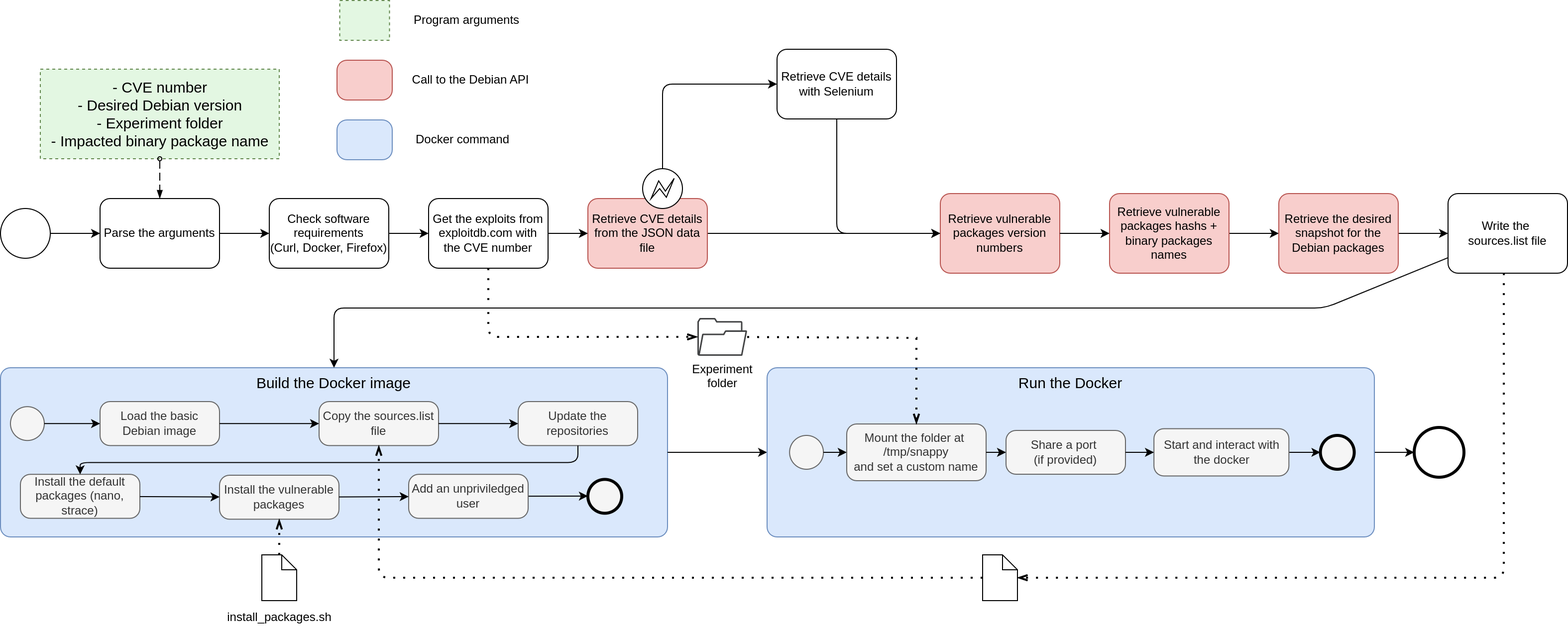
Orange-OpenSource/decret keeps this draw.io diagram as img/reproduction_implementation.png. Above is the earlier version. Source tidied: cells renumbered, new cells last; positions are measured from the earlier drawing's top-left corner, leaving out a move shared by most shapes.
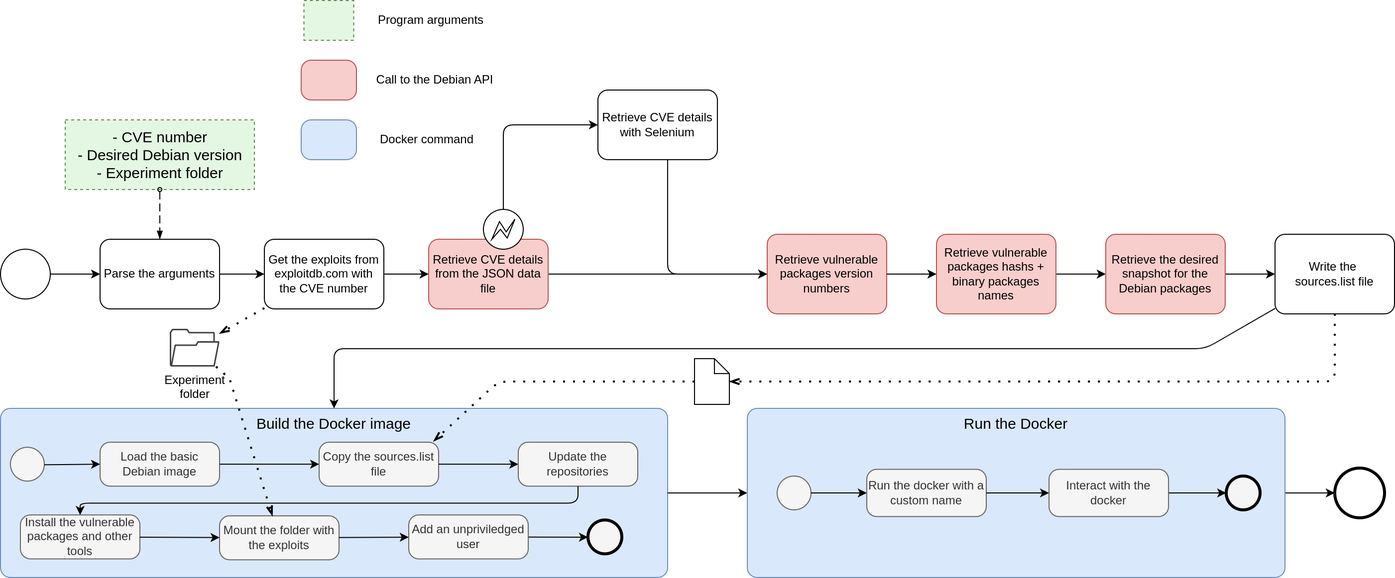
After the change.

Diff of the diagram source:
```diff
@@ -10,3 +10,3 @@
     </mxCell>
-    <mxCell id="4" style="edgeStyle=orthogonalEdgeStyle;jettySize=auto;html=1;rounded=1;" parent="1" edge="1" source="5" target="68">
+    <mxCell id="4" style="edgeStyle=orthogonalEdgeStyle;jettySize=auto;html=1;rounded=1;" parent="1" edge="1" source="5" target="63">
       <mxGeometry relative="1" as="geometry" />
@@ -19,3 +19,3 @@
         <Array as="points">
-          <mxPoint x="665" y="84" />
+          <mxPoint x="505" y="84" />
         </Array>
@@ -24,6 +24,6 @@
     <mxCell id="7" value="Retrieve CVE details with Selenium" style="points=[[0.25,0,0],[0.5,0,0],[0.75,0,0],[1,0.25,0],[1,0.5,0],[1,0.75,0],[0.75,1,0],[0.5,1,0],[0.25,1,0],[0,0.75,0],[0,0.5,0],[0,0.25,0]];shape=mxgraph.bpmn.task;whiteSpace=wrap;rectStyle=rounded;size=10;taskMarker=abstract;" parent="1" vertex="1">
-      <mxGeometry x="780" y="49" width="120" height="70" as="geometry" />
+      <mxGeometry x="600" y="49" width="120" height="70" as="geometry" />
     </mxCell>
     <mxCell id="8" value="Retrieve vulnerable packages version numbers" style="points=[[0.25,0,0],[0.5,0,0],[0.75,0,0],[1,0.25,0],[1,0.5,0],[1,0.75,0],[0.75,1,0],[0.5,1,0],[0.25,1,0],[0,0.75,0],[0,0.5,0],[0,0.25,0]];shape=mxgraph.bpmn.task;whiteSpace=wrap;rectStyle=rounded;size=10;taskMarker=abstract;fillColor=#f8cecc;strokeColor=#b85450;" parent="1" vertex="1">
-      <mxGeometry x="944" y="194" width="120" height="80" as="geometry" />
+      <mxGeometry x="770" y="194" width="120" height="80" as="geometry" />
     </mxCell>
@@ -35,3 +35,3 @@
         <Array as="points">
-          <mxPoint x="840" y="234" />
+          <mxPoint x="670" y="234" />
         </Array>
@@ -43,3 +43,3 @@
     <mxCell id="12" value="Retrieve vulnerable packages hashs + binary packages names" style="points=[[0.25,0,0],[0.5,0,0],[0.75,0,0],[1,0.25,0],[1,0.5,0],[1,0.75,0],[0.75,1,0],[0.5,1,0],[0.25,1,0],[0,0.75,0],[0,0.5,0],[0,0.25,0]];shape=mxgraph.bpmn.task;whiteSpace=wrap;rectStyle=rounded;size=10;taskMarker=abstract;fillColor=#f8cecc;strokeColor=#b85450;" parent="1" vertex="1">
-      <mxGeometry x="1114" y="194" width="120" height="80" as="geometry" />
+      <mxGeometry x="940" y="194" width="120" height="80" as="geometry" />
     </mxCell>
@@ -49,3 +49,3 @@
     <mxCell id="14" value="Retrieve the desired snapshot for the Debian packages" style="points=[[0.25,0,0],[0.5,0,0],[0.75,0,0],[1,0.25,0],[1,0.5,0],[1,0.75,0],[0.75,1,0],[0.5,1,0],[0.25,1,0],[0,0.75,0],[0,0.5,0],[0,0.25,0]];shape=mxgraph.bpmn.task;whiteSpace=wrap;rectStyle=rounded;size=10;taskMarker=abstract;fillColor=#f8cecc;strokeColor=#b85450;" parent="1" vertex="1">
-      <mxGeometry x="1284" y="194" width="120" height="80" as="geometry" />
+      <mxGeometry x="1110" y="194" width="120" height="80" as="geometry" />
     </mxCell>
@@ -55,3 +55,3 @@
     <mxCell id="16" value="Write the &#10;sources.list file" style="points=[[0.25,0,0],[0.5,0,0],[0.75,0,0],[1,0.25,0],[1,0.5,0],[1,0.75,0],[0.75,1,0],[0.5,1,0],[0.25,1,0],[0,0.75,0],[0,0.5,0],[0,0.25,0]];shape=mxgraph.bpmn.task;whiteSpace=wrap;rectStyle=rounded;size=10;taskMarker=abstract;" parent="1" vertex="1">
-      <mxGeometry x="1454" y="194" width="120" height="80" as="geometry" />
+      <mxGeometry x="1280" y="194" width="120" height="80" as="geometry" />
     </mxCell>
@@ -84,3 +84,3 @@
     </mxCell>
-    <mxCell id="26" value="Install the default packages (nano, strace)" style="points=[[0.25,0,0],[0.5,0,0],[0.75,0,0],[1,0.25,0],[1,0.5,0],[1,0.75,0],[0.75,1,0],[0.5,1,0],[0.25,1,0],[0,0.75,0],[0,0.5,0],[0,0.25,0]];shape=mxgraph.bpmn.task;whiteSpace=wrap;rectStyle=rounded;size=10;taskMarker=abstract;fillColor=#f5f5f5;fontColor=#333333;strokeColor=#666666;" parent="17" vertex="1">
+    <mxCell id="26" value="Install the vulnerable packages and other tools" style="points=[[0.25,0,0],[0.5,0,0],[0.75,0,0],[1,0.25,0],[1,0.5,0],[1,0.75,0],[0.75,1,0],[0.5,1,0],[0.25,1,0],[0,0.75,0],[0,0.5,0],[0,0.25,0]];shape=mxgraph.bpmn.task;whiteSpace=wrap;rectStyle=rounded;size=10;taskMarker=abstract;fillColor=#f5f5f5;fontColor=#333333;strokeColor=#666666;" parent="17" vertex="1">
       <mxGeometry x="20" y="107.1" width="120" height="44.2" as="geometry" />
@@ -95,3 +95,3 @@
     </mxCell>
-    <mxCell id="28" value="Install the vulnerable packages" style="points=[[0.25,0,0],[0.5,0,0],[0.75,0,0],[1,0.25,0],[1,0.5,0],[1,0.75,0],[0.75,1,0],[0.5,1,0],[0.25,1,0],[0,0.75,0],[0,0.5,0],[0,0.25,0]];shape=mxgraph.bpmn.task;whiteSpace=wrap;rectStyle=rounded;size=10;taskMarker=abstract;fillColor=#f5f5f5;fontColor=#333333;strokeColor=#666666;" parent="17" vertex="1">
+    <mxCell id="28" value="Mount the folder with the exploits" style="points=[[0.25,0,0],[0.5,0,0],[0.75,0,0],[1,0.25,0],[1,0.5,0],[1,0.75,0],[0.75,1,0],[0.5,1,0],[0.25,1,0],[0,0.75,0],[0,0.5,0],[0,0.25,0]];shape=mxgraph.bpmn.task;whiteSpace=wrap;rectStyle=rounded;size=10;taskMarker=abstract;fillColor=#f5f5f5;fontColor=#333333;strokeColor=#666666;" parent="17" vertex="1">
       <mxGeometry x="220" y="108" width="120" height="44.2" as="geometry" />
@@ -120,3 +120,3 @@
     <mxCell id="36" style="points=[[0.145,0.145,0],[0.5,0,0],[0.855,0.145,0],[1,0.5,0],[0.855,0.855,0],[0.5,1,0],[0.145,0.855,0],[0,0.5,0]];shape=mxgraph.bpmn.event;html=1;verticalLabelPosition=bottom;labelBackgroundColor=#ffffff;verticalAlign=top;align=center;perimeter=ellipsePerimeter;outlineConnect=0;outline=end;symbol=terminate2;strokeColor=#000000;fontSize=15;" parent="1" vertex="1">
-      <mxGeometry x="1420" y="429" width="50" height="50" as="geometry" />
+      <mxGeometry x="1340" y="429" width="50" height="50" as="geometry" />
     </mxCell>
@@ -125,3 +125,3 @@
         <Array as="points">
-          <mxPoint x="1330" y="309" />
+          <mxPoint x="1210" y="309" />
           <mxPoint x="335" y="309" />
@@ -130,8 +130,9 @@
     </mxCell>
+    <mxCell id="73" style="shape=mxgraph.bpmn.data;labelPosition=center;verticalLabelPosition=bottom;align=center;verticalAlign=top;whiteSpace=wrap;size=15;html=1;strokeColor=#000000;fontSize=15;" parent="1" vertex="1">
+      <mxGeometry x="697" y="319" width="35" height="46" as="geometry" />
+    </mxCell>
-    <mxCell id="38" style="edgeStyle=elbowEdgeStyle;fontSize=12;html=1;endFill=0;startFill=0;endSize=6;startSize=6;dashed=1;dashPattern=1 4;endArrow=openThin;startArrow=none;rounded=1;strokeWidth=2;" parent="1" edge="1" source="16" target="72">
+    <mxCell id="38" style="edgeStyle=elbowEdgeStyle;fontSize=12;html=1;endFill=0;startFill=0;endSize=6;startSize=6;dashed=1;dashPattern=1 4;endArrow=openThin;startArrow=none;rounded=1;strokeWidth=2;" parent="1" edge="1" source="16" target="73">
       <mxGeometry relative="1" as="geometry">
         <Array as="points">
-          <mxPoint x="1510" y="299" />
-          <mxPoint x="1450" y="309" />
-          <mxPoint x="1410" y="309" />
+          <mxPoint x="1340" y="309" />
           <mxPoint x="1350" y="299" />
@@ -143,6 +144,6 @@
     </mxCell>
-    <mxCell id="39" style="fontSize=12;html=1;endFill=0;startFill=0;endSize=6;startSize=6;dashed=1;dashPattern=1 4;endArrow=openThin;startArrow=none;rounded=1;strokeWidth=2;" parent="1" edge="1" source="72" target="22">
+    <mxCell id="39" style="fontSize=12;html=1;endFill=0;startFill=0;endSize=6;startSize=6;dashed=1;dashPattern=1 4;endArrow=openThin;startArrow=none;rounded=1;strokeWidth=2;entryX=0.958;entryY=-0.023;entryDx=0;entryDy=0;entryPerimeter=0;" parent="1" edge="1" source="73" target="22">
       <mxGeometry relative="1" as="geometry">
         <Array as="points">
-          <mxPoint x="380" y="580" />
+          <mxPoint x="500" y="342" />
         </Array>
@@ -150,4 +151,4 @@
     </mxCell>
-    <mxCell id="40" value="- CVE number&lt;br&gt;- Desired Debian version&lt;br&gt;- Experiment folder&lt;br&gt;- Impacted binary package name" style="text;html=1;align=center;verticalAlign=middle;points=[];strokeColor=#62874D;fillColor=#E3F7E2;fontSize=15;dashed=1;" parent="1" vertex="1">
-      <mxGeometry x="40" y="69" width="240" height="90" as="geometry" />
+    <mxCell id="40" value="- CVE number&lt;br&gt;- Desired Debian version&lt;br&gt;- Experiment folder" style="text;html=1;align=center;verticalAlign=middle;points=[];strokeColor=#62874D;fillColor=#E3F7E2;fontSize=15;dashed=1;" parent="1" vertex="1">
+      <mxGeometry x="65" y="79" width="190" height="70" as="geometry" />
     </mxCell>
@@ -157,11 +158,11 @@
     <mxCell id="42" style="group;" parent="1" vertex="1">
-      <mxGeometry x="770" y="369" width="610" height="170" as="geometry" />
+      <mxGeometry x="750" y="369" width="540" height="170" as="geometry" />
     </mxCell>
     <mxCell id="43" value="Run the Docker" style="points=[[0.25,0,0],[0.5,0,0],[0.75,0,0],[1,0.25,0],[1,0.5,0],[1,0.75,0],[0.75,1,0],[0.5,1,0],[0.25,1,0],[0,0.75,0],[0,0.5,0],[0,0.25,0]];shape=mxgraph.bpmn.task;whiteSpace=wrap;rectStyle=rounded;size=10;taskMarker=abstract;verticalAlign=top;fontSize=15;fillColor=#dae8fc;strokeColor=#6c8ebf;" parent="42" vertex="1">
-      <mxGeometry width="610" height="170" as="geometry" />
+      <mxGeometry width="540" height="170" as="geometry" />
     </mxCell>
     <mxCell id="44" style="points=[[0.145,0.145,0],[0.5,0,0],[0.855,0.145,0],[1,0.5,0],[0.855,0.855,0],[0.5,1,0],[0.145,0.855,0],[0,0.5,0]];shape=mxgraph.bpmn.event;html=1;verticalLabelPosition=bottom;labelBackgroundColor=#ffffff;verticalAlign=top;align=center;perimeter=ellipsePerimeter;outlineConnect=0;outline=standard;symbol=general;fillColor=#f5f5f5;fontColor=#333333;strokeColor=#666666;" parent="42" vertex="1">
-      <mxGeometry x="22.6" y="68" width="34" height="34" as="geometry" />
+      <mxGeometry x="30" y="68" width="34" height="34" as="geometry" />
     </mxCell>
-    <mxCell id="45" style="edgeStyle=none;rounded=1;jettySize=auto;html=1;fontSize=15;" parent="42" edge="1" source="44" target="51">
+    <mxCell id="45" style="edgeStyle=none;rounded=1;jettySize=auto;html=1;fontSize=15;" parent="42" edge="1" source="44" target="48">
       <mxGeometry relative="1" as="geometry" />
@@ -169,3 +170,3 @@
     <mxCell id="46" value="&lt;span style=&quot;color: rgba(0, 0, 0, 0); font-family: monospace; font-size: 0px; text-align: start; background-color: rgb(248, 249, 250);&quot;&gt;%3CmxGraphModel%3E%3Croot%3E%3CmxCell%20id%3D%220%22%2F%3E%3CmxCell%20id%3D%221%22%20parent%3D%220%22%2F%3E%3CmxCell%20id%3D%222%22%20value%3D%22Failed%20to%20get%20D-Bus%20connection%3A%20Unknown%20error%20-1%22%20style%3D%22points%3D%5B%5B0.145%2C0.145%2C0%5D%2C%5B0.5%2C0%2C0%5D%2C%5B0.855%2C0.145%2C0%5D%2C%5B1%2C0.5%2C0%5D%2C%5B0.855%2C0.855%2C0%5D%2C%5B0.5%2C1%2C0%5D%2C%5B0.145%2C0.855%2C0%5D%2C%5B0%2C0.5%2C0%5D%5D%3Bshape%3Dmxgraph.bpmn.event%3Bhtml%3D1%3BverticalLabelPosition%3Dbottom%3BlabelBackgroundColor%3D%23ffffff%3BverticalAlign%3Dtop%3Balign%3Dcenter%3Bperimeter%3DellipsePerimeter%3BoutlineConnect%3D0%3Baspect%3Dfixed%3Boutline%3Dend%3Bsymbol%3Dterminate2%3BfillColor%3D%23f5f5f5%3BfontColor%3D%23333333%3BstrokeColor%3D%23000000%3B%22%20vertex%3D%221%22%20parent%3D%221%22%3E%3CmxGeometry%20x%3D%22570%22%20y%3D%22565%22%20width%3D%2250%22%20height%3D%2250%22%20as%3D%22geometry%22%2F%3E%3C%2FmxCell%3E%3C%2Froot%3E%3C%2FmxGraphModel%3E&lt;/span&gt;" style="points=[[0.145,0.145,0],[0.5,0,0],[0.855,0.145,0],[1,0.5,0],[0.855,0.855,0],[0.5,1,0],[0.145,0.855,0],[0,0.5,0]];shape=mxgraph.bpmn.event;html=1;verticalLabelPosition=bottom;labelBackgroundColor=#ffffff;verticalAlign=top;align=center;perimeter=ellipsePerimeter;outlineConnect=0;outline=end;symbol=terminate2;fillColor=#f5f5f5;fontColor=#333333;strokeColor=#000000;" parent="42" vertex="1">
-      <mxGeometry x="555.8" y="68" width="34" height="34" as="geometry" />
+      <mxGeometry x="481" y="68" width="34" height="34" as="geometry" />
     </mxCell>
@@ -174,7 +175,7 @@
     </mxCell>
-    <mxCell id="48" value="Share a port &#10;(if provided)" style="points=[[0.25,0,0],[0.5,0,0],[0.75,0,0],[1,0.25,0],[1,0.5,0],[1,0.75,0],[0.75,1,0],[0.5,1,0],[0.25,1,0],[0,0.75,0],[0,0.5,0],[0,0.25,0]];shape=mxgraph.bpmn.task;whiteSpace=wrap;rectStyle=rounded;size=10;taskMarker=abstract;fillColor=#f5f5f5;fontColor=#333333;strokeColor=#666666;" parent="42" vertex="1">
-      <mxGeometry x="240" y="63" width="120" height="44" as="geometry" />
+    <mxCell id="48" value="Run the docker with a custom name" style="points=[[0.25,0,0],[0.5,0,0],[0.75,0,0],[1,0.25,0],[1,0.5,0],[1,0.75,0],[0.75,1,0],[0.5,1,0],[0.25,1,0],[0,0.75,0],[0,0.5,0],[0,0.25,0]];shape=mxgraph.bpmn.task;whiteSpace=wrap;rectStyle=rounded;size=10;taskMarker=abstract;fillColor=#f5f5f5;fontColor=#333333;strokeColor=#666666;" parent="42" vertex="1">
+      <mxGeometry x="120" y="61.2" width="120" height="47.5" as="geometry" />
     </mxCell>
-    <mxCell id="49" value="Start and interact with the docker" style="points=[[0.25,0,0],[0.5,0,0],[0.75,0,0],[1,0.25,0],[1,0.5,0],[1,0.75,0],[0.75,1,0],[0.5,1,0],[0.25,1,0],[0,0.75,0],[0,0.5,0],[0,0.25,0]];shape=mxgraph.bpmn.task;whiteSpace=wrap;rectStyle=rounded;size=10;taskMarker=abstract;fillColor=#f5f5f5;fontColor=#333333;strokeColor=#666666;" parent="42" vertex="1">
-      <mxGeometry x="388.6" y="61.2" width="135.6" height="47.5" as="geometry" />
+    <mxCell id="49" value="Interact with the docker" style="points=[[0.25,0,0],[0.5,0,0],[0.75,0,0],[1,0.25,0],[1,0.5,0],[1,0.75,0],[0.75,1,0],[0.5,1,0],[0.25,1,0],[0,0.75,0],[0,0.5,0],[0,0.25,0]];shape=mxgraph.bpmn.task;whiteSpace=wrap;rectStyle=rounded;size=10;taskMarker=abstract;fillColor=#f5f5f5;fontColor=#333333;strokeColor=#666666;" parent="42" vertex="1">
+      <mxGeometry x="303" y="61.2" width="120" height="47.5" as="geometry" />
     </mxCell>
@@ -183,31 +184,25 @@
     </mxCell>
-    <mxCell id="51" value="Mount the folder at &#10;/tmp/snappy&#10;and set a custom name" style="points=[[0.25,0,0],[0.5,0,0],[0.75,0,0],[1,0.25,0],[1,0.5,0],[1,0.75,0],[0.75,1,0],[0.5,1,0],[0.25,1,0],[0,0.75,0],[0,0.5,0],[0,0.25,0]];shape=mxgraph.bpmn.task;whiteSpace=wrap;rectStyle=rounded;size=10;taskMarker=abstract;fillColor=#f5f5f5;fontColor=#333333;strokeColor=#666666;" parent="42" vertex="1">
-      <mxGeometry x="80" y="56.5" width="140" height="57" as="geometry" />
-    </mxCell>
-    <mxCell id="52" style="edgeStyle=none;rounded=1;jettySize=auto;html=1;fontSize=15;" parent="42" edge="1" source="51" target="48">
-      <mxGeometry relative="1" as="geometry" />
-    </mxCell>
     <mxCell id="53" style="group;" parent="1" vertex="1">
-      <mxGeometry x="337" width="232.8" height="160" as="geometry" />
+      <mxGeometry x="302" y="-41" width="232.8" height="160" as="geometry" />
     </mxCell>
     <mxCell id="54" style="text;html=1;align=center;verticalAlign=middle;strokeColor=#62874D;fillColor=#E3F7E2;fontSize=15;dashed=1;" parent="53" vertex="1">
-      <mxGeometry x="3.8" width="50" height="40" as="geometry" />
+      <mxGeometry x="2.8" width="50" height="40" as="geometry" />
     </mxCell>
     <mxCell id="55" style="shape=mxgraph.bpmn.task;whiteSpace=wrap;rectStyle=rounded;size=10;taskMarker=abstract;fillColor=#f8cecc;strokeColor=#b85450;" parent="53" vertex="1">
-      <mxGeometry x="1" y="60" width="55.5" height="40" as="geometry" />
+      <mxGeometry y="60" width="55.5" height="40" as="geometry" />
     </mxCell>
     <mxCell id="56" style="shape=mxgraph.bpmn.task;whiteSpace=wrap;rectStyle=rounded;size=10;taskMarker=abstract;fillColor=#dae8fc;strokeColor=#6c8ebf;" parent="53" vertex="1">
-      <mxGeometry x="1" y="120" width="55.5" height="40" as="geometry" />
+      <mxGeometry y="120" width="55.5" height="40" as="geometry" />
     </mxCell>
     <mxCell id="57" value="Program arguments" style="text;html=1;align=center;verticalAlign=middle;strokeColor=none;fillColor=none;" parent="53" vertex="1">
-      <mxGeometry x="65.8" y="5" width="130" height="30" as="geometry" />
+      <mxGeometry x="64.8" y="5" width="130" height="30" as="geometry" />
     </mxCell>
     <mxCell id="58" value="Call to the Debian API" style="text;html=1;align=center;verticalAlign=middle;strokeColor=none;fillColor=none;" parent="53" vertex="1">
-      <mxGeometry x="64.8" y="65" width="140" height="30" as="geometry" />
+      <mxGeometry x="63.8" y="65" width="140" height="30" as="geometry" />
     </mxCell>
     <mxCell id="59" value="Docker command" style="text;html=1;align=center;verticalAlign=middle;strokeColor=none;fillColor=none;" parent="53" vertex="1">
-      <mxGeometry x="66.8" y="125" width="120" height="30" as="geometry" />
+      <mxGeometry x="65.8" y="125" width="120" height="30" as="geometry" />
     </mxCell>
     <mxCell id="60" style="group;" parent="1" vertex="1">
-      <mxGeometry x="590" y="169" width="120" height="100" as="geometry" />
+      <mxGeometry x="430" y="169" width="120" height="100" as="geometry" />
     </mxCell>
@@ -220,3 +215,3 @@
     <mxCell id="63" value="Get the exploits from exploitdb.com with the CVE number" style="points=[[0.25,0,0],[0.5,0,0],[0.75,0,0],[1,0.25,0],[1,0.5,0],[1,0.75,0],[0.75,1,0],[0.5,1,0],[0.25,1,0],[0,0.75,0],[0,0.5,0],[0,0.25,0]];shape=mxgraph.bpmn.task;whiteSpace=wrap;rectStyle=rounded;size=10;taskMarker=abstract;" parent="1" vertex="1">
-      <mxGeometry x="430" y="199" width="120" height="70" as="geometry" />
+      <mxGeometry x="265" y="199" width="120" height="70" as="geometry" />
     </mxCell>
@@ -226,15 +221,11 @@
     <mxCell id="65" value="Experiment&lt;br&gt;folder" style="sketch=0;shadow=0;dashed=0;html=1;strokeColor=none;fillColor=#434445;labelPosition=center;verticalLabelPosition=bottom;verticalAlign=top;align=center;outlineConnect=0;shape=mxgraph.vvd.folder;" parent="1" vertex="1">
-      <mxGeometry x="700" y="319" width="50" height="38" as="geometry" />
+      <mxGeometry x="170" y="289" width="50" height="38" as="geometry" />
     </mxCell>
-    <mxCell id="66" style="fontSize=12;html=1;endFill=0;startFill=0;endSize=6;startSize=6;dashed=1;dashPattern=1 4;endArrow=openThin;startArrow=none;rounded=1;strokeWidth=2;jumpStyle=gap;" parent="1" edge="1" source="63" target="65">
-      <mxGeometry relative="1" as="geometry">
-        <Array as="points">
-          <mxPoint x="490" y="338" />
-        </Array>
-      </mxGeometry>
+    <mxCell id="66" style="fontSize=12;html=1;endFill=0;startFill=0;endSize=6;startSize=6;dashed=1;dashPattern=1 4;endArrow=openThin;startArrow=none;rounded=1;strokeWidth=2;" parent="1" edge="1" source="63" target="65">
+      <mxGeometry relative="1" as="geometry" />
     </mxCell>
-    <mxCell id="67" style="fontSize=12;html=1;endFill=0;startFill=0;endSize=6;startSize=6;dashed=1;dashPattern=1 4;endArrow=openThin;startArrow=none;rounded=0;strokeWidth=2;jumpStyle=gap;" parent="1" edge="1" source="65" target="51">
+    <mxCell id="67" style="fontSize=12;html=1;endFill=0;startFill=0;endSize=6;startSize=6;dashed=1;dashPattern=1 4;endArrow=openThin;startArrow=none;rounded=0;strokeWidth=2;jumpStyle=gap;" parent="1" edge="1" source="65" target="28">
       <mxGeometry relative="1" as="geometry">
         <Array as="points">
-          <mxPoint x="920" y="339" />
+          <mxPoint x="230" y="339" />
         </Array>
@@ -242,17 +233,2 @@
     </mxCell>
-    <mxCell id="68" value="Check software requirements&#10;(Curl, Docker, Firefox)" style="points=[[0.25,0,0],[0.5,0,0],[0.75,0,0],[1,0.25,0],[1,0.5,0],[1,0.75,0],[0.75,1,0],[0.5,1,0],[0.25,1,0],[0,0.75,0],[0,0.5,0],[0,0.25,0]];shape=mxgraph.bpmn.task;whiteSpace=wrap;rectStyle=rounded;size=10;taskMarker=abstract;" parent="1" vertex="1">
-      <mxGeometry x="270" y="199" width="120" height="70" as="geometry" />
-    </mxCell>
-    <mxCell id="69" style="jettySize=auto;html=1;" parent="1" edge="1" source="68" target="63">
-      <mxGeometry relative="1" as="geometry" />
-    </mxCell>
-    <mxCell id="70" value="&lt;font style=&quot;font-size: 12px;&quot;&gt;install_packages.sh&lt;/font&gt;" style="shape=mxgraph.bpmn.data;labelPosition=center;verticalLabelPosition=bottom;align=center;verticalAlign=top;whiteSpace=wrap;size=15;html=1;strokeColor=#000000;fontSize=15;" parent="1" vertex="1">
-      <mxGeometry x="262.5" y="557" width="35" height="46" as="geometry" />
-    </mxCell>
-    <mxCell id="71" style="fontSize=12;html=1;endFill=0;startFill=0;endSize=6;startSize=6;dashed=1;dashPattern=1 4;endArrow=openThin;startArrow=none;rounded=1;strokeWidth=2;" parent="1" edge="1" source="70" target="28">
-      <mxGeometry relative="1" as="geometry" />
-    </mxCell>
-    <mxCell id="72" style="shape=mxgraph.bpmn.data;labelPosition=center;verticalLabelPosition=bottom;align=center;verticalAlign=top;whiteSpace=wrap;size=15;html=1;strokeColor=#000000;fontSize=15;" parent="1" vertex="1">
-      <mxGeometry x="986.5" y="557" width="35" height="46" as="geometry" />
-    </mxCell>
   </root>
```
